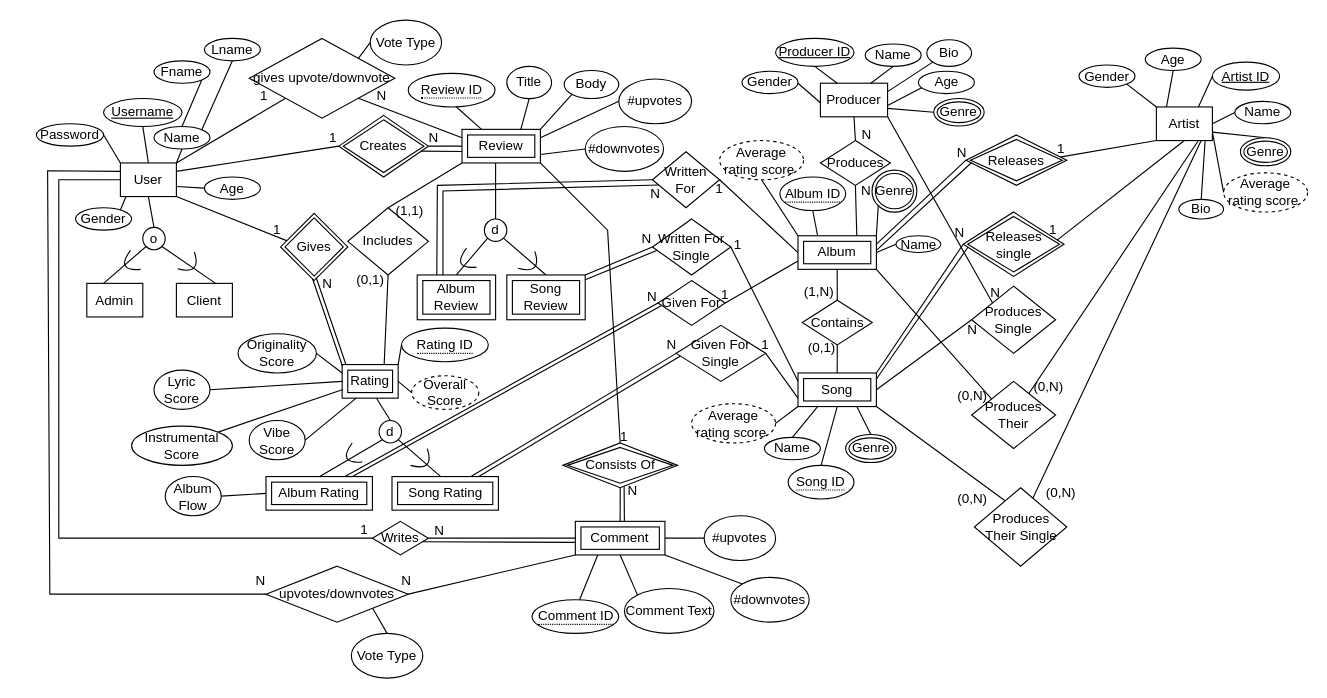
Earlier version of the draw.io diagram CPSC 471 Project EERD.drawio (alexchchen/musicrant). Source tidied: cells renumbered, new cells numbered last; positions are measured from the earlier drawing's top-left corner, leaving out a move shared by most shapes. Both pictures are drawn from the tidied source at 112%, with x=0, y=0 at pixel (36, 19).
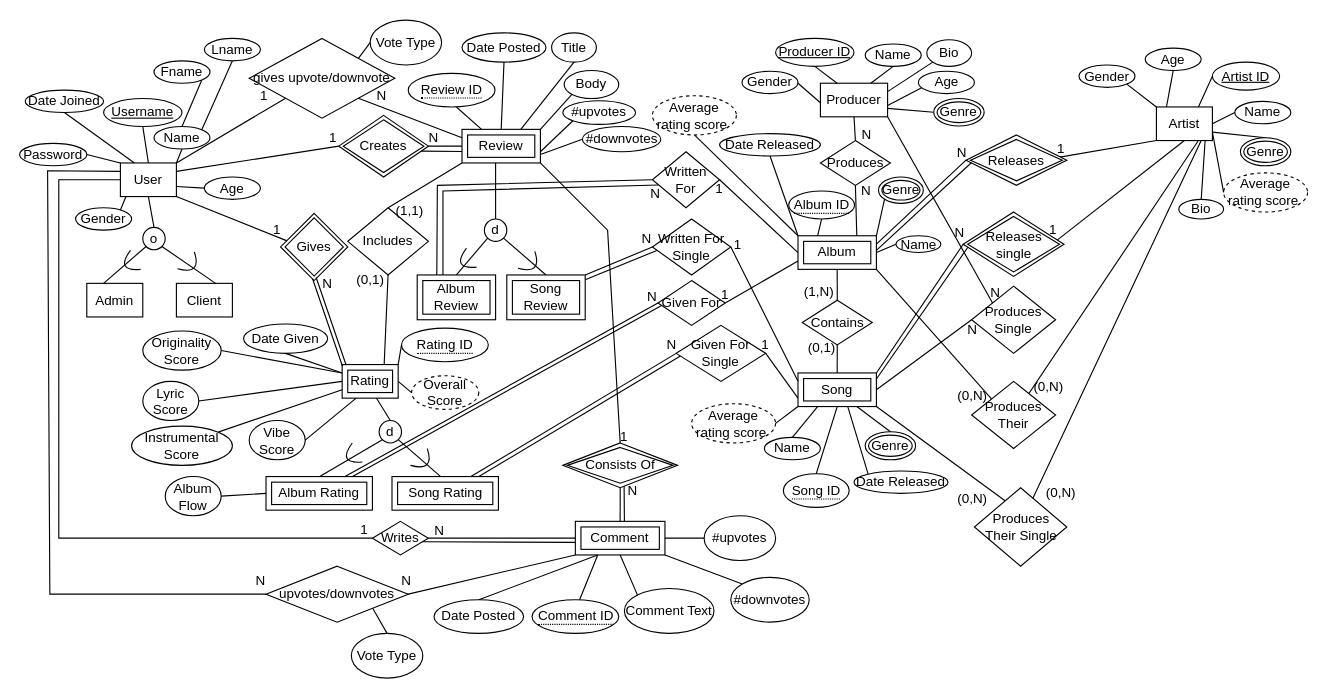
The same diagram, later.

Commit message (it also covers changes not shown here):
Added date attributes

The change refers to these unchanged cells:
```xml
<mxCell id="3" value="User" style="rounded=0;whiteSpace=wrap;html=1;" parent="1" vertex="1">
  <mxGeometry x="75" y="128" width="50" height="30" as="geometry" />
</mxCell>
<mxCell id="4" value="Comment" style="shape=ext;margin=3;double=1;whiteSpace=wrap;html=1;align=center;" parent="1" vertex="1">
  <mxGeometry x="481.2" y="448" width="80" height="30" as="geometry" />
</mxCell>
<mxCell id="30" value="Album" style="shape=ext;margin=3;double=1;whiteSpace=wrap;html=1;align=center;" parent="1" vertex="1">
  <mxGeometry x="680" y="193" width="70" height="30" as="geometry" />
</mxCell>
<mxCell id="31" value="Song" style="shape=ext;margin=3;double=1;whiteSpace=wrap;html=1;align=center;" parent="1" vertex="1">
  <mxGeometry x="680" y="315.5" width="70" height="30" as="geometry" />
</mxCell>
<mxCell id="60" value="Rating" style="shape=ext;margin=3;double=1;whiteSpace=wrap;html=1;align=center;" parent="1" vertex="1">
  <mxGeometry x="273" y="308" width="50" height="30" as="geometry" />
</mxCell>
<mxCell id="63" value="Review" style="shape=ext;margin=3;double=1;whiteSpace=wrap;html=1;align=center;" parent="1" vertex="1">
  <mxGeometry x="380" y="98" width="70" height="30" as="geometry" />
</mxCell>
```

What changed in the source:
```diff
@@
     <mxCell id="83" value="Password" style="ellipse;whiteSpace=wrap;html=1;align=center;" parent="1" vertex="1">
-      <mxGeometry y="93" width="60" height="20" as="geometry" />
+      <mxGeometry x="-15" y="110.5" width="60" height="20" as="geometry" />
     </mxCell>
@@
     <mxCell id="87" value="Title" style="ellipse;whiteSpace=wrap;html=1;align=center;" parent="1" vertex="1">
-      <mxGeometry x="420" y="41.8" width="40" height="28.8" as="geometry" />
+      <mxGeometry x="460" y="11.8" width="40" height="26.2" as="geometry" />
     </mxCell>
@@
     <mxCell id="89" value="Lyric Score" style="ellipse;whiteSpace=wrap;html=1;align=center;" parent="1" vertex="1">
-      <mxGeometry x="105" y="313" width="50" height="35" as="geometry" />
+      <mxGeometry x="95" y="323" width="50" height="35" as="geometry" />
     </mxCell>
@@
     <mxCell id="102" value="Originality Score" style="ellipse;whiteSpace=wrap;html=1;align=center;" parent="1" vertex="1">
-      <mxGeometry x="180" y="280.5" width="70" height="35" as="geometry" />
+      <mxGeometry x="95" y="278" width="70" height="35" as="geometry" />
     </mxCell>
@@
     <mxCell id="134" value="Genre" style="ellipse;shape=doubleEllipse;margin=3;whiteSpace=wrap;html=1;align=center;" parent="1" vertex="1">
-      <mxGeometry x="746.1" y="134.4" width="40" height="37.5" as="geometry" />
+      <mxGeometry x="751.9" y="140.5" width="40" height="23.6" as="geometry" />
     </mxCell>
@@
     <mxCell id="140" value="#upvotes" style="ellipse;whiteSpace=wrap;html=1;align=center;" parent="1" vertex="1">
-      <mxGeometry x="520" y="53" width="65" height="40" as="geometry" />
+      <mxGeometry x="470" y="72.4" width="65" height="21.2" as="geometry" />
     </mxCell>
@@
     <mxCell id="142" value="#downvotes" style="ellipse;whiteSpace=wrap;html=1;align=center;" parent="1" vertex="1">
-      <mxGeometry x="490" y="95.5" width="70" height="40" as="geometry" />
+      <mxGeometry x="487.5" y="95.5" width="70" height="22.5" as="geometry" />
     </mxCell>
-    <mxCell id="143" style="endArrow=none;html=1;rounded=0;entryX=0;entryY=0.5;entryDx=0;entryDy=0;exitX=1;exitY=0.25;exitDx=0;exitDy=0;" parent="1" edge="1" source="63" target="140">
-      <mxGeometry relative="1" as="geometry" />
+    <mxCell id="143" style="endArrow=none;html=1;rounded=0;entryX=0;entryY=1;entryDx=0;entryDy=0;" parent="1" edge="1" target="140">
+      <mxGeometry relative="1" as="geometry">
+        <mxPoint x="450" y="118" as="sourcePoint" />
+      </mxGeometry>
     </mxCell>
@@
     <mxCell id="153" value="Genre" style="ellipse;shape=doubleEllipse;margin=3;whiteSpace=wrap;html=1;align=center;" parent="1" vertex="1">
-      <mxGeometry x="722.5" y="370.5" width="45" height="25" as="geometry" />
+      <mxGeometry x="740" y="368" width="45" height="25" as="geometry" />
     </mxCell>
@@
     <mxCell id="164" value="&lt;span style=&quot;border-bottom: 1px dotted&quot;&gt;Song ID&lt;/span&gt;" style="ellipse;whiteSpace=wrap;html=1;align=center;" parent="1" vertex="1">
-      <mxGeometry x="671.2" y="398" width="58.8" height="30" as="geometry" />
+      <mxGeometry x="666.9" y="405.5" width="58.8" height="30" as="geometry" />
     </mxCell>
@@
     <mxCell id="168" value="&lt;span style=&quot;border-bottom: 1px dotted&quot;&gt;Album ID&lt;/span&gt;" style="ellipse;whiteSpace=wrap;html=1;align=center;" parent="1" vertex="1">
-      <mxGeometry x="663.8" y="140.5" width="58.8" height="30" as="geometry" />
+      <mxGeometry x="671.7" y="153" width="58.8" height="25" as="geometry" />
     </mxCell>
@@
     <mxCell id="196" value="Average rating score&amp;nbsp;" style="ellipse;whiteSpace=wrap;html=1;align=center;dashed=1;" parent="1" vertex="1">
-      <mxGeometry x="610" y="108" width="75" height="35" as="geometry" />
+      <mxGeometry x="550" y="68" width="75" height="35" as="geometry" />
     </mxCell>
@@
+    <mxCell id="224" value="Date Joined" style="ellipse;whiteSpace=wrap;html=1;align=center;" parent="1" vertex="1">
+      <mxGeometry x="-10" y="63" width="70" height="20" as="geometry" />
+    </mxCell>
+    <mxCell id="225" style="endArrow=none;html=1;rounded=0;exitX=0.5;exitY=1;exitDx=0;exitDy=0;entryX=0.25;entryY=0;entryDx=0;entryDy=0;" parent="1" edge="1" source="224" target="3">
+      <mxGeometry relative="1" as="geometry" />
+    </mxCell>
+    <mxCell id="226" value="Date Posted" style="ellipse;whiteSpace=wrap;html=1;align=center;" parent="1" vertex="1">
+      <mxGeometry x="380" y="11.8" width="75" height="26.2" as="geometry" />
+    </mxCell>
+    <mxCell id="227" style="endArrow=none;html=1;rounded=0;entryX=0.5;entryY=1;entryDx=0;entryDy=0;exitX=0.5;exitY=0;exitDx=0;exitDy=0;" parent="1" edge="1" source="63" target="226">
+      <mxGeometry relative="1" as="geometry" />
+    </mxCell>
+    <mxCell id="228" value="Date Given" style="ellipse;whiteSpace=wrap;html=1;align=center;" parent="1" vertex="1">
+      <mxGeometry x="185" y="271.8" width="75" height="26.2" as="geometry" />
+    </mxCell>
+    <mxCell id="229" style="endArrow=none;html=1;rounded=0;entryX=0.5;entryY=1;entryDx=0;entryDy=0;exitX=0;exitY=0.25;exitDx=0;exitDy=0;" parent="1" edge="1" source="60" target="228">
+      <mxGeometry relative="1" as="geometry" />
+    </mxCell>
+    <mxCell id="230" value="Date Posted" style="ellipse;whiteSpace=wrap;html=1;align=center;" parent="1" vertex="1">
+      <mxGeometry x="355" y="518" width="80" height="30" as="geometry" />
+    </mxCell>
+    <mxCell id="231" style="endArrow=none;html=1;rounded=0;exitX=0.5;exitY=0;exitDx=0;exitDy=0;entryX=0.25;entryY=1;entryDx=0;entryDy=0;" parent="1" edge="1" source="230" target="4">
+      <mxGeometry relative="1" as="geometry" />
+    </mxCell>
+    <mxCell id="232" value="Date Released" style="ellipse;whiteSpace=wrap;html=1;align=center;" parent="1" vertex="1">
+      <mxGeometry x="730" y="403" width="83.9" height="20" as="geometry" />
+    </mxCell>
+    <mxCell id="233" style="endArrow=none;html=1;rounded=0;entryX=0;entryY=0;entryDx=0;entryDy=0;exitX=0.635;exitY=1.001;exitDx=0;exitDy=0;exitPerimeter=0;" parent="1" edge="1" source="31" target="232">
+      <mxGeometry relative="1" as="geometry" />
+    </mxCell>
+    <mxCell id="234" value="Date Released" style="ellipse;whiteSpace=wrap;html=1;align=center;" parent="1" vertex="1">
+      <mxGeometry x="610" y="101.8" width="90" height="20" as="geometry" />
+    </mxCell>
+    <mxCell id="235" style="endArrow=none;html=1;rounded=0;exitX=0.5;exitY=1;exitDx=0;exitDy=0;entryX=0;entryY=0;entryDx=0;entryDy=0;" parent="1" edge="1" source="234" target="30">
+      <mxGeometry relative="1" as="geometry" />
+    </mxCell>
```
